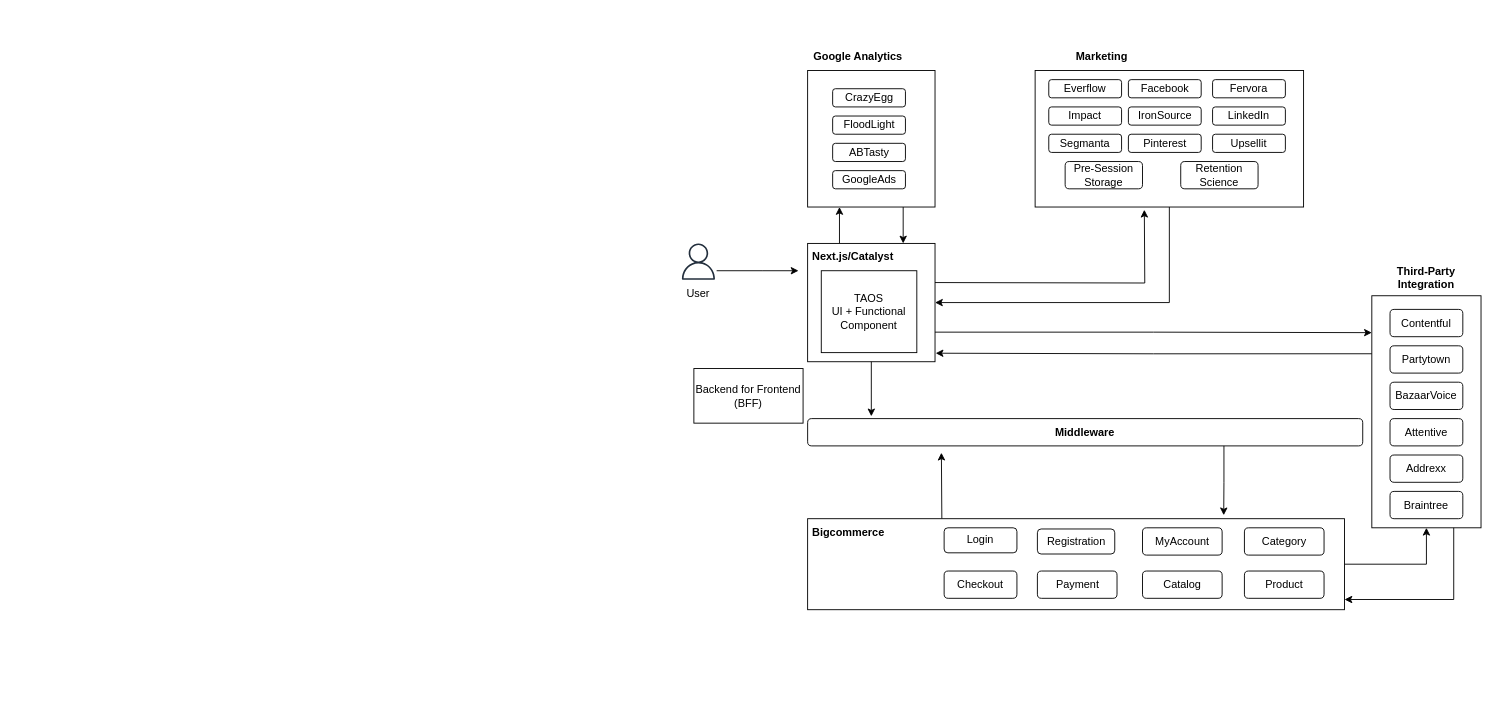
Above: page "TAOS-Proposed" (3 of 3) of TAOS/TAOS-Existing.drawio in akanksha-61087268/drawio (draw.io), before the change. Source tidied: cells renumbered, new cells numbered last; positions are measured from the earlier drawing's top-left corner, leaving out a move shared by most shapes. Both pictures are drawn from the tidied source at 91%, with x=0, y=0 at pixel (671, 43). Pictures stored in the file or linked from it are replaced by grey dashed boxes.
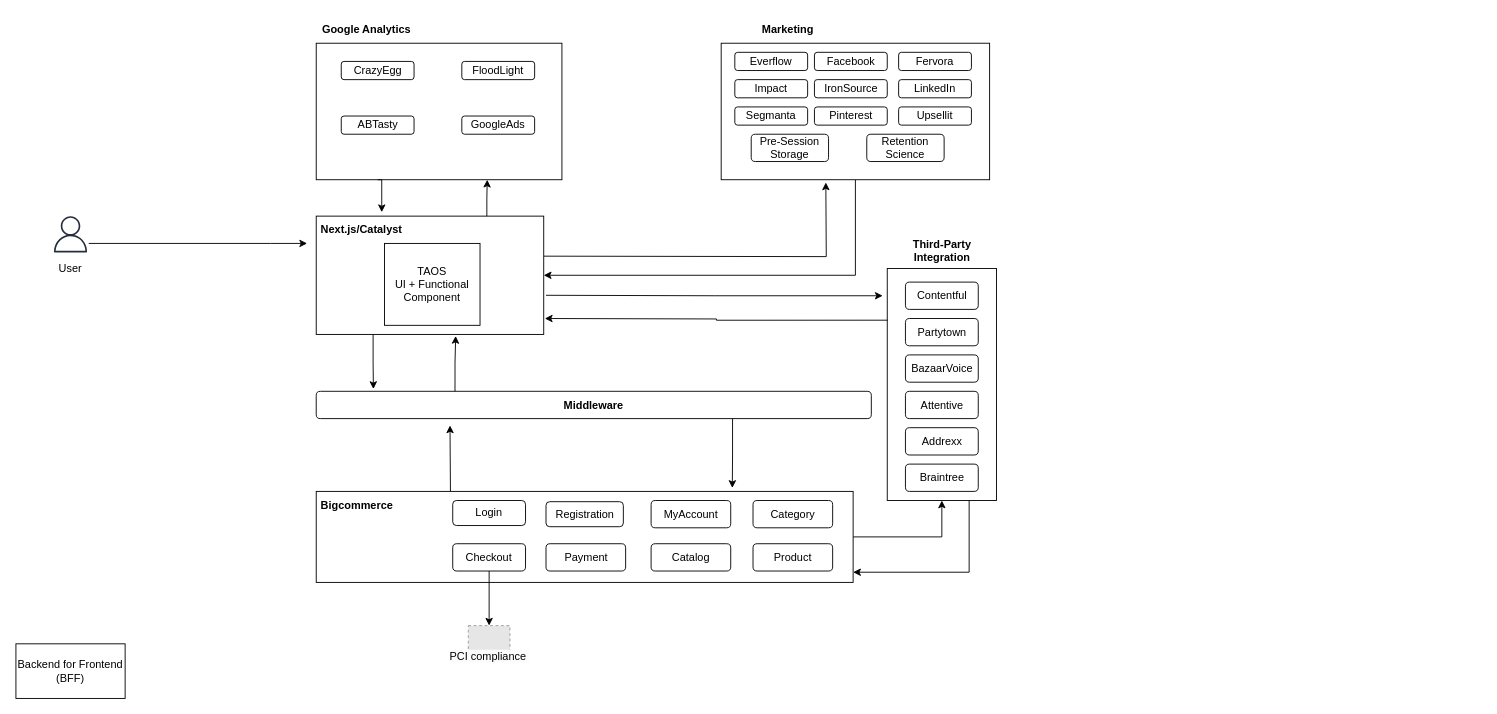
The same page after the edit.

The edit, as a diff of the source:
```diff
@@
-    <mxCell id="2" style="edgeStyle=orthogonalEdgeStyle;rounded=0;jettySize=auto;html=1;exitX=0.25;exitY=0;exitDx=0;exitDy=0;entryX=0.25;entryY=1;entryDx=0;entryDy=0;" parent="1" edge="1" source="3" target="16">
-      <mxGeometry relative="1" as="geometry" />
-    </mxCell>
     <mxCell id="3" style="rounded=0;whiteSpace=wrap;html=1;" parent="1" vertex="1">
-      <mxGeometry x="150" y="220" width="140" height="130" as="geometry" />
+      <mxGeometry x="-390" y="190" width="250" height="130" as="geometry" />
     </mxCell>
@@
     <mxCell id="5" style="edgeStyle=orthogonalEdgeStyle;rounded=0;jettySize=auto;html=1;exitX=0.25;exitY=0;exitDx=0;exitDy=0;" parent="1" edge="1" source="6">
       <mxGeometry relative="1" as="geometry">
-        <mxPoint x="297" y="450" as="targetPoint" />
+        <mxPoint x="-243" y="420" as="targetPoint" />
       </mxGeometry>
     </mxCell>
     <mxCell id="6" style="rounded=0;whiteSpace=wrap;html=1;" parent="1" vertex="1">
-      <mxGeometry x="150" y="522.5" width="590" height="100" as="geometry" />
+      <mxGeometry x="-390" y="492.5" width="590" height="100" as="geometry" />
     </mxCell>
     <mxCell id="7" value="&lt;b&gt;Middleware&lt;/b&gt;" style="rounded=1;whiteSpace=wrap;html=1;" parent="1" vertex="1">
-      <mxGeometry x="150" y="412.5" width="610" height="30" as="geometry" />
+      <mxGeometry x="-390" y="382.5" width="610" height="30" as="geometry" />
     </mxCell>
     <mxCell id="8" style="rounded=0;whiteSpace=wrap;html=1;" parent="1" vertex="1">
-      <mxGeometry x="770" y="277.5" width="120" height="255" as="geometry" />
+      <mxGeometry x="237.5" y="247.5" width="120" height="255" as="geometry" />
     </mxCell>
     <mxCell id="9" value="Contentful" style="rounded=1;whiteSpace=wrap;html=1;" parent="1" vertex="1">
-      <mxGeometry x="790" y="292.5" width="80" height="30" as="geometry" />
+      <mxGeometry x="257.5" y="262.5" width="80" height="30" as="geometry" />
     </mxCell>
     <mxCell id="10" value="Partytown" style="rounded=1;whiteSpace=wrap;html=1;" parent="1" vertex="1">
-      <mxGeometry x="790" y="332.5" width="80" height="30" as="geometry" />
+      <mxGeometry x="257.5" y="302.5" width="80" height="30" as="geometry" />
     </mxCell>
     <mxCell id="11" value="BazaarVoice" style="rounded=1;whiteSpace=wrap;html=1;" parent="1" vertex="1">
-      <mxGeometry x="790" y="372.5" width="80" height="30" as="geometry" />
+      <mxGeometry x="257.5" y="342.5" width="80" height="30" as="geometry" />
     </mxCell>
     <mxCell id="12" value="Attentive" style="rounded=1;whiteSpace=wrap;html=1;" parent="1" vertex="1">
-      <mxGeometry x="790" y="412.5" width="80" height="30" as="geometry" />
+      <mxGeometry x="257.5" y="382.5" width="80" height="30" as="geometry" />
     </mxCell>
     <mxCell id="13" value="Addrexx" style="rounded=1;whiteSpace=wrap;html=1;" parent="1" vertex="1">
-      <mxGeometry x="790" y="452.5" width="80" height="30" as="geometry" />
+      <mxGeometry x="257.5" y="422.5" width="80" height="30" as="geometry" />
     </mxCell>
     <mxCell id="14" value="Braintree" style="rounded=1;whiteSpace=wrap;html=1;" parent="1" vertex="1">
-      <mxGeometry x="790" y="492.5" width="80" height="30" as="geometry" />
+      <mxGeometry x="257.5" y="462.5" width="80" height="30" as="geometry" />
     </mxCell>
-    <mxCell id="15" style="edgeStyle=orthogonalEdgeStyle;rounded=0;jettySize=auto;html=1;exitX=0.75;exitY=1;exitDx=0;exitDy=0;entryX=0.75;entryY=0;entryDx=0;entryDy=0;" parent="1" edge="1" source="16" target="3">
-      <mxGeometry relative="1" as="geometry" />
-    </mxCell>
     <mxCell id="16" style="rounded=0;whiteSpace=wrap;html=1;" parent="1" vertex="1">
-      <mxGeometry x="150" y="30" width="140" height="150" as="geometry" />
+      <mxGeometry x="-390" width="270" height="150" as="geometry" />
     </mxCell>
     <mxCell id="17" value="&lt;b&gt;Marketing&lt;/b&gt;" style="text;html=1;align=center;verticalAlign=middle;strokeColor=none;fillColor=none;" parent="1" vertex="1">
-      <mxGeometry x="432.5" width="80" height="30" as="geometry" />
+      <mxGeometry x="87.5" y="-30" width="80" height="30" as="geometry" />
     </mxCell>
     <mxCell id="18" value="&lt;b&gt;Google Analytics&lt;/b&gt;" style="text;html=1;align=center;verticalAlign=middle;strokeColor=none;fillColor=none;" parent="1" vertex="1">
-      <mxGeometry x="145" width="120" height="30" as="geometry" />
+      <mxGeometry x="-395" y="-30" width="120" height="30" as="geometry" />
     </mxCell>
@@
     <mxCell id="20" style="rounded=0;whiteSpace=wrap;html=1;" parent="1" vertex="1">
-      <mxGeometry x="400" y="30" width="295" height="150" as="geometry" />
+      <mxGeometry x="55" width="295" height="150" as="geometry" />
     </mxCell>
     <mxCell id="21" value="Everflow" style="rounded=1;whiteSpace=wrap;html=1;" parent="1" vertex="1">
-      <mxGeometry x="415" y="40" width="80" height="20" as="geometry" />
+      <mxGeometry x="70" y="10" width="80" height="20" as="geometry" />
     </mxCell>
     <mxCell id="22" value="Facebook" style="rounded=1;whiteSpace=wrap;html=1;" parent="1" vertex="1">
-      <mxGeometry x="502.5" y="40" width="80" height="20" as="geometry" />
+      <mxGeometry x="157.5" y="10" width="80" height="20" as="geometry" />
     </mxCell>
     <mxCell id="23" value="Fervora" style="rounded=1;whiteSpace=wrap;html=1;" parent="1" vertex="1">
-      <mxGeometry x="595" y="40" width="80" height="20" as="geometry" />
+      <mxGeometry x="250" y="10" width="80" height="20" as="geometry" />
     </mxCell>
     <mxCell id="24" value="Impact" style="rounded=1;whiteSpace=wrap;html=1;" parent="1" vertex="1">
-      <mxGeometry x="415" y="70" width="80" height="20" as="geometry" />
+      <mxGeometry x="70" y="40" width="80" height="20" as="geometry" />
     </mxCell>
     <mxCell id="25" value="IronSource" style="rounded=1;whiteSpace=wrap;html=1;" parent="1" vertex="1">
-      <mxGeometry x="502.5" y="70" width="80" height="20" as="geometry" />
+      <mxGeometry x="157.5" y="40" width="80" height="20" as="geometry" />
     </mxCell>
     <mxCell id="26" value="LinkedIn" style="rounded=1;whiteSpace=wrap;html=1;" parent="1" vertex="1">
-      <mxGeometry x="595" y="70" width="80" height="20" as="geometry" />
+      <mxGeometry x="250" y="40" width="80" height="20" as="geometry" />
     </mxCell>
     <mxCell id="27" value="&lt;b&gt;Third-Party&lt;br&gt;Integration&lt;/b&gt;" style="text;html=1;align=center;verticalAlign=middle;whiteSpace=wrap;rounded=0;" parent="1" vertex="1">
-      <mxGeometry x="770" y="242.5" width="120" height="30" as="geometry" />
+      <mxGeometry x="237.5" y="212.5" width="120" height="30" as="geometry" />
     </mxCell>
     <mxCell id="28" value="Pre-Session Storage" style="rounded=1;whiteSpace=wrap;html=1;" parent="1" vertex="1">
-      <mxGeometry x="433" y="130" width="85" height="30" as="geometry" />
+      <mxGeometry x="88" y="100" width="85" height="30" as="geometry" />
     </mxCell>
     <mxCell id="29" value="Pinterest" style="rounded=1;whiteSpace=wrap;html=1;" parent="1" vertex="1">
-      <mxGeometry x="502.5" y="100" width="80" height="20" as="geometry" />
+      <mxGeometry x="157.5" y="70" width="80" height="20" as="geometry" />
     </mxCell>
     <mxCell id="30" value="Retention&lt;br&gt;Science" style="rounded=1;whiteSpace=wrap;html=1;" parent="1" vertex="1">
-      <mxGeometry x="560" y="130" width="85" height="30" as="geometry" />
+      <mxGeometry x="215" y="100" width="85" height="30" as="geometry" />
     </mxCell>
     <mxCell id="31" value="Segmanta" style="rounded=1;whiteSpace=wrap;html=1;" parent="1" vertex="1">
-      <mxGeometry x="415" y="100" width="80" height="20" as="geometry" />
+      <mxGeometry x="70" y="70" width="80" height="20" as="geometry" />
     </mxCell>
     <mxCell id="32" value="Upsellit" style="rounded=1;whiteSpace=wrap;html=1;" parent="1" vertex="1">
-      <mxGeometry x="595" y="100" width="80" height="20" as="geometry" />
+      <mxGeometry x="250" y="70" width="80" height="20" as="geometry" />
     </mxCell>
     <mxCell id="33" value="TAOS&lt;br&gt;UI + Functional&lt;br&gt;Component" style="rounded=0;whiteSpace=wrap;html=1;" parent="1" vertex="1">
-      <mxGeometry x="165" y="250" width="105" height="90" as="geometry" />
+      <mxGeometry x="-315" y="220" width="105" height="90" as="geometry" />
     </mxCell>
     <mxCell id="34" value="Login" style="rounded=1;whiteSpace=wrap;html=1;" parent="1" vertex="1">
-      <mxGeometry x="300" y="532.5" width="80" height="27.5" as="geometry" />
+      <mxGeometry x="-240" y="502.5" width="80" height="27.5" as="geometry" />
     </mxCell>
     <mxCell id="35" value="Registration" style="rounded=1;whiteSpace=wrap;html=1;" parent="1" vertex="1">
-      <mxGeometry x="402.5" y="533.8" width="85" height="27.5" as="geometry" />
+      <mxGeometry x="-137.5" y="503.8" width="85" height="27.5" as="geometry" />
     </mxCell>
     <mxCell id="36" style="edgeStyle=orthogonalEdgeStyle;rounded=0;orthogonalLoop=1;jettySize=auto;html=1;" parent="1" edge="1">
       <mxGeometry relative="1" as="geometry">
-        <mxPoint x="290" y="263" as="sourcePoint" />
-        <mxPoint x="520" y="183" as="targetPoint" />
+        <mxPoint x="-140" y="234" as="sourcePoint" />
+        <mxPoint x="170" y="153" as="targetPoint" />
       </mxGeometry>
     </mxCell>
     <mxCell id="37" value="&lt;b&gt;Next.js/Catalyst&lt;/b&gt;" style="text;html=1;align=center;verticalAlign=middle;whiteSpace=wrap;rounded=0;" parent="1" vertex="1">
-      <mxGeometry x="170" y="220" width="60" height="30" as="geometry" />
+      <mxGeometry x="-370" y="190" width="60" height="30" as="geometry" />
     </mxCell>
     <mxCell id="38" value="CrazyEgg" style="rounded=1;whiteSpace=wrap;html=1;" parent="1" vertex="1">
-      <mxGeometry x="177.5" y="50" width="80" height="20" as="geometry" />
+      <mxGeometry x="-362.5" y="20" width="80" height="20" as="geometry" />
     </mxCell>
     <mxCell id="39" value="FloodLight" style="rounded=1;whiteSpace=wrap;html=1;" parent="1" vertex="1">
-      <mxGeometry x="177.5" y="80" width="80" height="20" as="geometry" />
+      <mxGeometry x="-230" y="20" width="80" height="20" as="geometry" />
     </mxCell>
     <mxCell id="40" value="ABTasty" style="rounded=1;whiteSpace=wrap;html=1;" parent="1" vertex="1">
-      <mxGeometry x="177.5" y="110" width="80" height="20" as="geometry" />
+      <mxGeometry x="-362.5" y="80" width="80" height="20" as="geometry" />
     </mxCell>
     <mxCell id="41" value="GoogleAds" style="rounded=1;whiteSpace=wrap;html=1;" parent="1" vertex="1">
-      <mxGeometry x="177.5" y="140" width="80" height="20" as="geometry" />
+      <mxGeometry x="-230" y="80" width="80" height="20" as="geometry" />
     </mxCell>
-    <mxCell id="42" style="edgeStyle=orthogonalEdgeStyle;rounded=0;jettySize=auto;html=1;exitX=0.5;exitY=1;exitDx=0;exitDy=0;" parent="1" edge="1" source="3">
-      <mxGeometry relative="1" as="geometry">
-        <mxPoint x="220" y="410" as="targetPoint" />
-      </mxGeometry>
-    </mxCell>
@@
-    <mxCell id="44" style="edgeStyle=orthogonalEdgeStyle;rounded=0;jettySize=auto;html=1;exitX=0;exitY=0.25;exitDx=0;exitDy=0;entryX=1.005;entryY=0.928;entryDx=0;entryDy=0;entryPerimeter=0;" parent="1" edge="1" source="8" target="3">
-      <mxGeometry relative="1" as="geometry" />
+    <mxCell id="44" style="edgeStyle=orthogonalEdgeStyle;rounded=0;jettySize=auto;html=1;exitX=0.004;exitY=0.223;exitDx=0;exitDy=0;entryX=1.005;entryY=0.928;entryDx=0;entryDy=0;entryPerimeter=0;exitPerimeter=0;" parent="1" edge="1" source="8">
+      <mxGeometry relative="1" as="geometry">
+        <mxPoint x="-138.8" y="302.5" as="targetPoint" />
+      </mxGeometry>
     </mxCell>
-    <mxCell id="45" style="edgeStyle=orthogonalEdgeStyle;rounded=0;jettySize=auto;html=1;exitX=1;exitY=0.75;exitDx=0;exitDy=0;entryX=0;entryY=0.159;entryDx=0;entryDy=0;entryPerimeter=0;" parent="1" edge="1" source="3" target="8">
-      <mxGeometry relative="1" as="geometry" />
+    <mxCell id="45" style="edgeStyle=orthogonalEdgeStyle;rounded=0;orthogonalLoop=1;jettySize=auto;html=1;exitX=1;exitY=0.75;exitDx=0;exitDy=0;entryX=0;entryY=0.159;entryDx=0;entryDy=0;entryPerimeter=0;" parent="1" edge="1">
+      <mxGeometry relative="1" as="geometry">
+        <mxPoint x="-137.5" y="277" as="sourcePoint" />
+        <mxPoint x="232.5" y="277.5" as="targetPoint" />
+      </mxGeometry>
     </mxCell>
@@
     <mxCell id="47" value="MyAccount" style="rounded=1;whiteSpace=wrap;html=1;" parent="1" vertex="1">
-      <mxGeometry x="518" y="532.5" width="87.5" height="30" as="geometry" />
+      <mxGeometry x="-22" y="502.5" width="87.5" height="30" as="geometry" />
     </mxCell>
+    <mxCell id="58" style="edgeStyle=orthogonalEdgeStyle;rounded=0;jettySize=auto;html=1;exitX=0.5;exitY=1;exitDx=0;exitDy=0;entryX=0.5;entryY=0;entryDx=0;entryDy=0;" parent="1" edge="1" source="48" target="61">
+      <mxGeometry relative="1" as="geometry" />
+    </mxCell>
     <mxCell id="48" value="Checkout" style="rounded=1;whiteSpace=wrap;html=1;" parent="1" vertex="1">
-      <mxGeometry x="300" y="580" width="80" height="30" as="geometry" />
+      <mxGeometry x="-240" y="550" width="80" height="30" as="geometry" />
     </mxCell>
     <mxCell id="49" value="Payment" style="rounded=1;whiteSpace=wrap;html=1;" parent="1" vertex="1">
-      <mxGeometry x="402.5" y="580" width="87.5" height="30" as="geometry" />
+      <mxGeometry x="-137.5" y="550" width="87.5" height="30" as="geometry" />
     </mxCell>
     <mxCell id="50" value="Catalog" style="rounded=1;whiteSpace=wrap;html=1;" parent="1" vertex="1">
-      <mxGeometry x="518" y="580" width="87.5" height="30" as="geometry" />
+      <mxGeometry x="-22" y="550" width="87.5" height="30" as="geometry" />
     </mxCell>
     <mxCell id="51" value="Product" style="rounded=1;whiteSpace=wrap;html=1;" parent="1" vertex="1">
-      <mxGeometry x="630" y="580" width="87.5" height="30" as="geometry" />
+      <mxGeometry x="90" y="550" width="87.5" height="30" as="geometry" />
     </mxCell>
     <mxCell id="52" value="Category" style="rounded=1;whiteSpace=wrap;html=1;" parent="1" vertex="1">
-      <mxGeometry x="630" y="532.5" width="87.5" height="30" as="geometry" />
+      <mxGeometry x="90" y="502.5" width="87.5" height="30" as="geometry" />
     </mxCell>
     <mxCell id="53" value="&lt;b&gt;Bigcommerce&lt;/b&gt;" style="text;html=1;align=center;verticalAlign=middle;whiteSpace=wrap;rounded=0;" parent="1" vertex="1">
-      <mxGeometry x="165" y="522.5" width="60" height="30" as="geometry" />
+      <mxGeometry x="-375" y="492.5" width="60" height="30" as="geometry" />
     </mxCell>
     <mxCell id="54" value="Backend for Frontend&lt;br&gt;(BFF)" style="rounded=0;whiteSpace=wrap;html=1;" parent="1" vertex="1">
-      <mxGeometry x="25" y="357.5" width="120" height="60" as="geometry" />
+      <mxGeometry x="-720" y="660" width="120" height="60" as="geometry" />
     </mxCell>
     <mxCell id="55" style="sketch=0;outlineConnect=0;fontColor=#232F3E;gradientColor=none;fillColor=#232F3D;strokeColor=none;dashed=0;verticalLabelPosition=bottom;verticalAlign=top;align=center;html=1;fontSize=12;fontStyle=0;shape=mxgraph.aws4.user;" parent="1" vertex="1">
-      <mxGeometry x="10" y="220" width="40" height="40" as="geometry" />
+      <mxGeometry x="-680" y="190" width="40" height="40" as="geometry" />
     </mxCell>
     <mxCell id="56" value="User" style="text;html=1;align=center;verticalAlign=middle;whiteSpace=wrap;rounded=0;" parent="1" vertex="1">
-      <mxGeometry y="260" width="60" height="30" as="geometry" />
+      <mxGeometry x="-690" y="232.5" width="60" height="30" as="geometry" />
     </mxCell>
     <mxCell id="57" style="endArrow=classic;html=1;rounded=0;exitX=1.05;exitY=0.75;exitDx=0;exitDy=0;exitPerimeter=0;" parent="1" edge="1" source="55">
       <mxGeometry relative="1" as="geometry">
-        <mxPoint x="140" y="250" as="targetPoint" />
+        <mxPoint x="-400" y="220" as="targetPoint" />
         <Array as="points">
-          <mxPoint x="100" y="250" />
+          <mxPoint x="-440" y="220" />
         </Array>
       </mxGeometry>
     </mxCell>
+    <mxCell id="59" style="edgeStyle=orthogonalEdgeStyle;rounded=0;jettySize=auto;html=1;exitX=0.25;exitY=1;exitDx=0;exitDy=0;entryX=0.103;entryY=-0.083;entryDx=0;entryDy=0;entryPerimeter=0;" parent="1" edge="1" source="3" target="7">
+      <mxGeometry relative="1" as="geometry" />
+    </mxCell>
+    <mxCell id="60" style="edgeStyle=orthogonalEdgeStyle;rounded=0;jettySize=auto;html=1;exitX=0.25;exitY=0;exitDx=0;exitDy=0;entryX=0.613;entryY=1.013;entryDx=0;entryDy=0;entryPerimeter=0;" parent="1" edge="1" source="7" target="3">
+      <mxGeometry relative="1" as="geometry" />
+    </mxCell>
+    <mxCell id="61" style="fillColor=#E6E6E6;strokeColor=#999999;dashed=1;verticalLabelPosition=bottom;labelBackgroundColor=default;verticalAlign=top;" parent="1" vertex="1">
+      <mxGeometry x="-222.9" y="640" width="45.8" height="30" as="geometry" />
+    </mxCell>
+    <mxCell id="62" value="&lt;span style=&quot;color: rgb(0, 0, 0); font-family: Helvetica; font-size: 12px; font-style: normal; font-variant-ligatures: normal; font-variant-caps: normal; font-weight: 400; letter-spacing: normal; orphans: 2; text-align: center; text-indent: 0px; text-transform: none; widows: 2; word-spacing: 0px; -webkit-text-stroke-width: 0px; white-space: normal; background-color: rgb(251, 251, 251); text-decoration-thickness: initial; text-decoration-style: initial; text-decoration-color: initial; display: inline !important; float: none;&quot;&gt;PCI&amp;nbsp;compliance&amp;nbsp;&lt;/span&gt;" style="text;whiteSpace=wrap;html=1;" parent="1" vertex="1">
+      <mxGeometry x="-245" y="660" width="120" height="40" as="geometry" />
+    </mxCell>
+    <mxCell id="63" style="edgeStyle=orthogonalEdgeStyle;rounded=0;jettySize=auto;html=1;exitX=0.25;exitY=1;exitDx=0;exitDy=0;entryX=0.867;entryY=-0.144;entryDx=0;entryDy=0;entryPerimeter=0;" parent="1" edge="1" source="16" target="37">
+      <mxGeometry relative="1" as="geometry" />
+    </mxCell>
+    <mxCell id="2" style="edgeStyle=orthogonalEdgeStyle;rounded=0;jettySize=auto;html=1;exitX=0.75;exitY=0;exitDx=0;exitDy=0;entryX=0.696;entryY=1;entryDx=0;entryDy=0;entryPerimeter=0;" parent="1" edge="1" source="3" target="16">
+      <mxGeometry relative="1" as="geometry" />
+    </mxCell>
```
